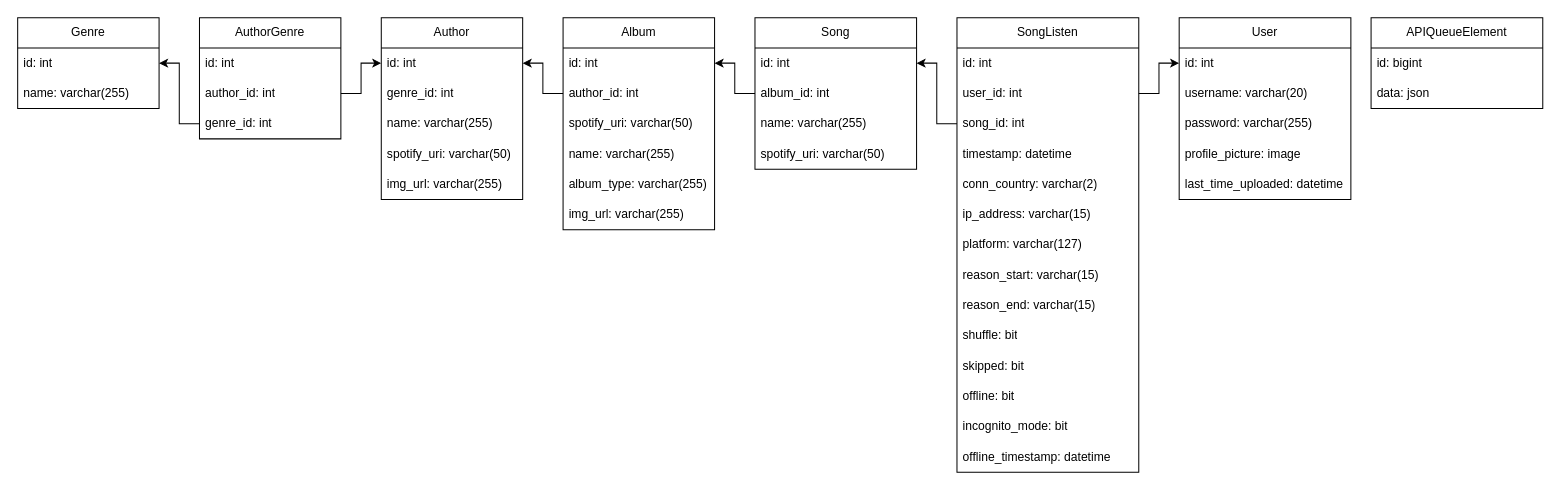
Zancmok/AdvancedSpotifyDataAnalyzer keeps this draw.io diagram as drawio/database.drawio. Above is the earlier version. Source tidied: cells renumbered, new cells numbered last; positions are measured from the earlier drawing's top-left corner, leaving out a move shared by most shapes. Both pictures are drawn from the tidied source at 101%, with x=0, y=0 at pixel (17, 17).
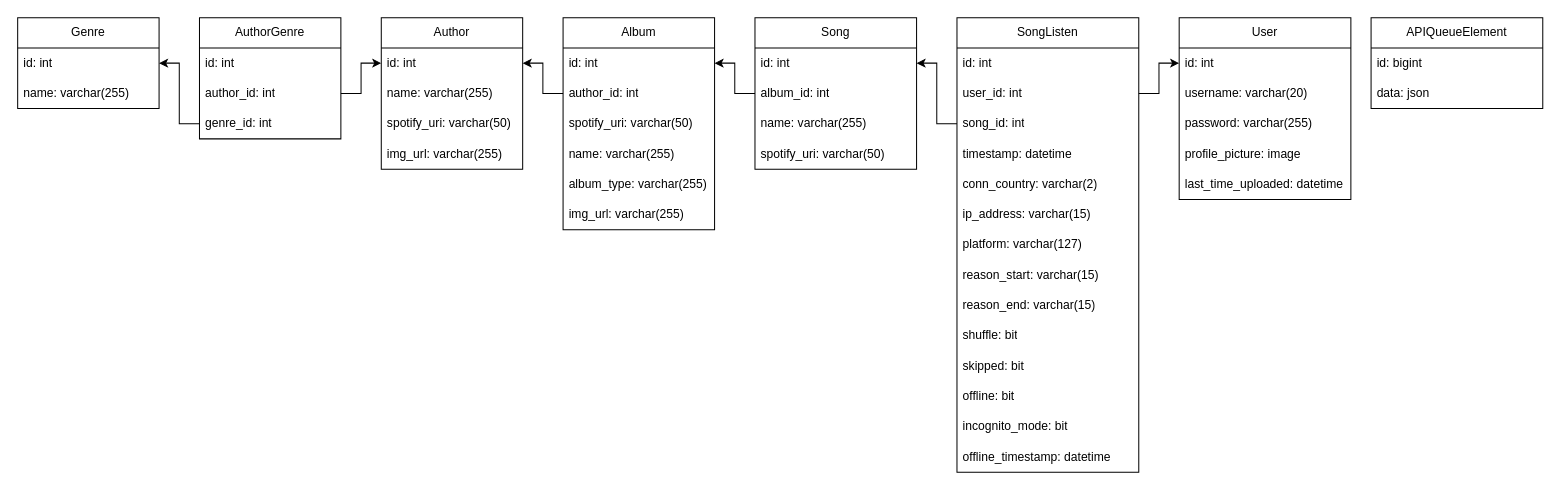
The same page after the edit.

What changed in the source:
```diff
@@
     <mxCell id="38" value="Author" style="swimlane;fontStyle=0;horizontal=1;startSize=30;whiteSpace=wrap;html=1;" parent="1" vertex="1">
-      <mxGeometry x="360" width="140" height="180" as="geometry" />
+      <mxGeometry x="360" width="140" height="150" as="geometry" />
     </mxCell>
@@
-    <mxCell id="40" value="genre_id: int" style="text;strokeColor=none;fillColor=none;align=left;verticalAlign=middle;spacingLeft=4;spacingRight=4;overflow=hidden;whiteSpace=wrap;html=1;" parent="38" vertex="1">
-      <mxGeometry y="60" width="140" height="30" as="geometry" />
-    </mxCell>
     <mxCell id="41" value="name: varchar(255)" style="text;strokeColor=none;fillColor=none;align=left;verticalAlign=middle;spacingLeft=4;spacingRight=4;overflow=hidden;whiteSpace=wrap;html=1;" parent="38" vertex="1">
-      <mxGeometry y="90" width="140" height="30" as="geometry" />
+      <mxGeometry y="60" width="140" height="30" as="geometry" />
     </mxCell>
     <mxCell id="42" value="spotify_uri: varchar(50)" style="text;strokeColor=none;fillColor=none;align=left;verticalAlign=middle;spacingLeft=4;spacingRight=4;overflow=hidden;whiteSpace=wrap;html=1;" parent="38" vertex="1">
-      <mxGeometry y="120" width="140" height="30" as="geometry" />
+      <mxGeometry y="90" width="140" height="30" as="geometry" />
     </mxCell>
     <mxCell id="43" value="img_url: varchar(255)" style="text;strokeColor=none;fillColor=none;align=left;verticalAlign=middle;spacingLeft=4;spacingRight=4;overflow=hidden;whiteSpace=wrap;html=1;" parent="38" vertex="1">
-      <mxGeometry y="150" width="140" height="30" as="geometry" />
+      <mxGeometry y="120" width="140" height="30" as="geometry" />
     </mxCell>
```
